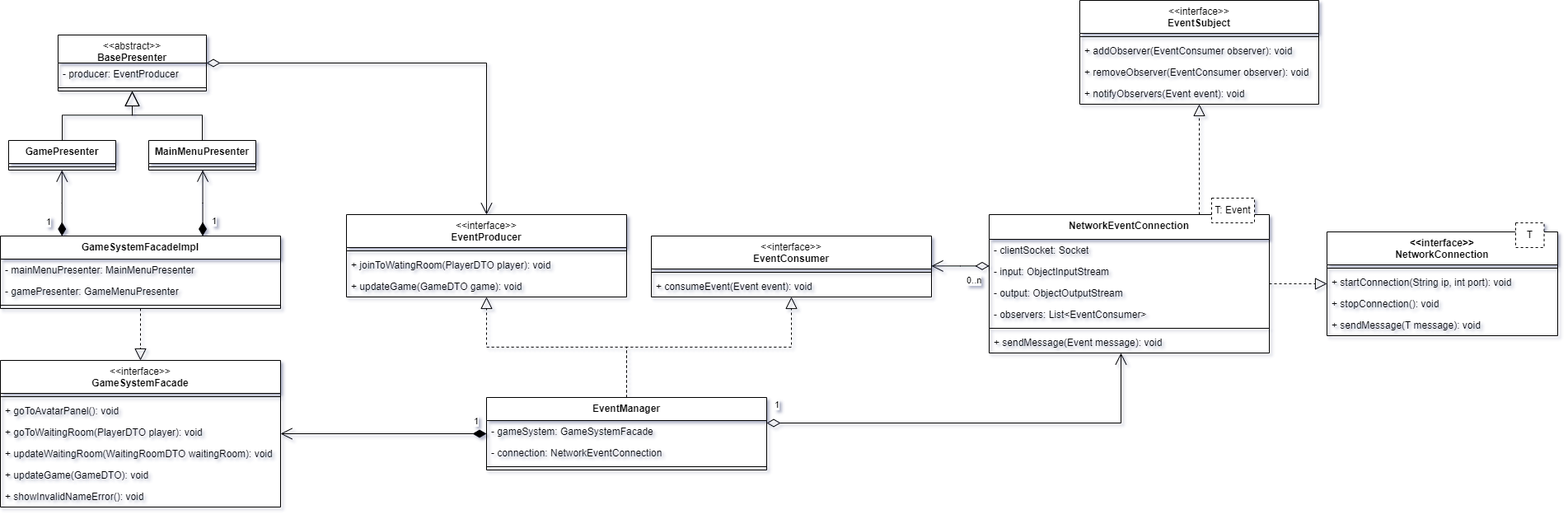
This is docs/imgs/Event_Processor.png from SilverFlin/DominosPizza, a draw.io export, as it was before one commit. Source tidied: cells renumbered, new cells last; positions are measured from the earlier drawing's top-left corner, leaving out a move shared by most shapes.
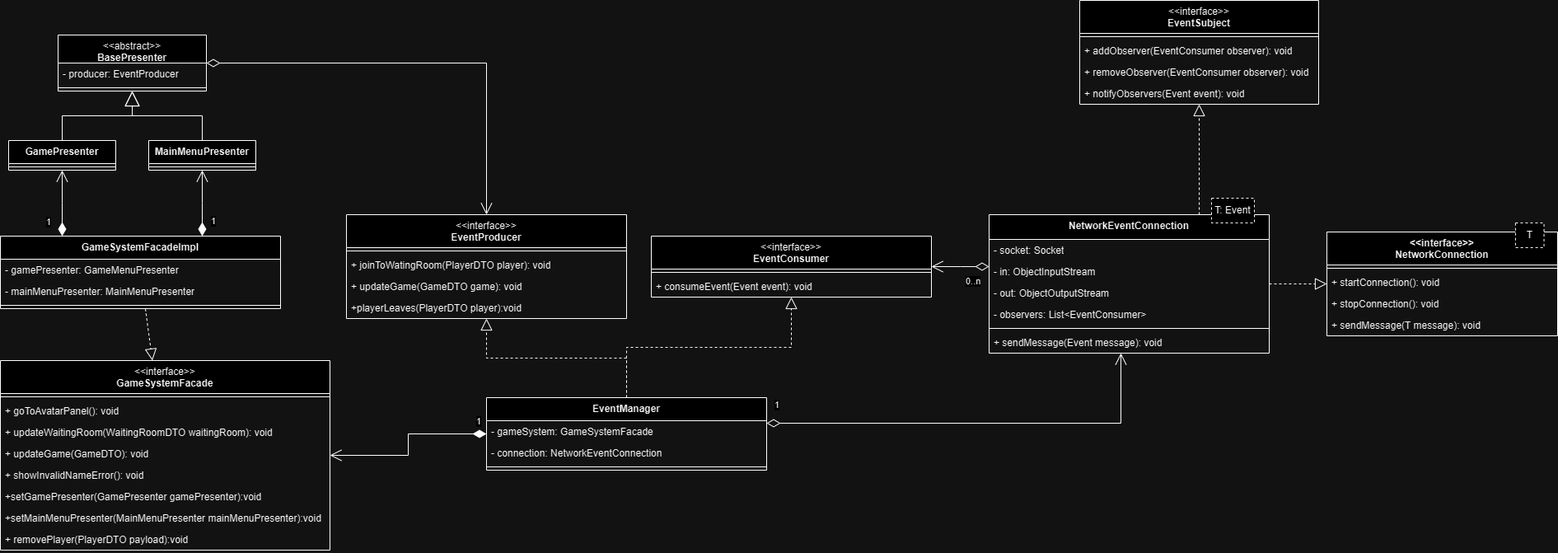
After the change.

The edit, as a diff of the source:
```diff
@@ -3,35 +3,41 @@
     <mxCell id="0" />
     <mxCell id="1" parent="0" />
     <mxCell id="2" value="&lt;span style=&quot;font-weight: normal;&quot;&gt;&amp;lt;&amp;lt;interface&amp;gt;&amp;gt;&lt;/span&gt;&lt;br&gt;GameSystemFacade" style="swimlane;fontStyle=1;align=center;verticalAlign=top;horizontal=1;startSize=40;whiteSpace=wrap;html=1;" parent="1" vertex="1">
-      <mxGeometry y="437" width="340" height="178" as="geometry" />
+      <mxGeometry y="437" width="400" height="230" as="geometry" />
     </mxCell>
     <mxCell id="3" style="line;strokeWidth=1;fillColor=none;align=left;verticalAlign=middle;spacingTop=-1;spacingLeft=3;spacingRight=3;labelPosition=right;strokeColor=inherit;" parent="2" vertex="1">
-      <mxGeometry y="40" width="340" height="8" as="geometry" />
+      <mxGeometry y="40" width="400" height="8" as="geometry" />
     </mxCell>
     <mxCell id="4" value="+ goToAvatarPanel(): void" style="text;strokeColor=none;fillColor=none;align=left;verticalAlign=top;spacingLeft=4;spacingRight=4;overflow=hidden;whiteSpace=wrap;html=1;" parent="2" vertex="1">
-      <mxGeometry y="48" width="340" height="26" as="geometry" />
+      <mxGeometry y="48" width="400" height="26" as="geometry" />
     </mxCell>
-    <mxCell id="5" value="+ goToWaitingRoom(PlayerDTO player): void" style="text;strokeColor=none;fillColor=none;align=left;verticalAlign=top;spacingLeft=4;spacingRight=4;overflow=hidden;whiteSpace=wrap;html=1;" parent="2" vertex="1">
-      <mxGeometry y="74" width="340" height="26" as="geometry" />
-    </mxCell>
     <mxCell id="6" value="+ updateWaitingRoom(WaitingRoomDTO waitingRoom): void" style="text;strokeColor=none;fillColor=none;align=left;verticalAlign=top;spacingLeft=4;spacingRight=4;overflow=hidden;whiteSpace=wrap;html=1;" parent="2" vertex="1">
-      <mxGeometry y="100" width="340" height="26" as="geometry" />
+      <mxGeometry y="74" width="400" height="26" as="geometry" />
     </mxCell>
     <mxCell id="7" value="+ updateGame(GameDTO): void" style="text;strokeColor=none;fillColor=none;align=left;verticalAlign=top;spacingLeft=4;spacingRight=4;overflow=hidden;whiteSpace=wrap;html=1;" parent="2" vertex="1">
-      <mxGeometry y="126" width="340" height="26" as="geometry" />
+      <mxGeometry y="100" width="400" height="26" as="geometry" />
     </mxCell>
     <mxCell id="8" value="+ showInvalidNameError(): void" style="text;strokeColor=none;fillColor=none;align=left;verticalAlign=top;spacingLeft=4;spacingRight=4;overflow=hidden;whiteSpace=wrap;html=1;" parent="2" vertex="1">
-      <mxGeometry y="152" width="340" height="26" as="geometry" />
+      <mxGeometry y="126" width="400" height="26" as="geometry" />
     </mxCell>
+    <mxCell id="64" value="+setGamePresenter(GamePresenter gamePresenter):void" style="text;strokeColor=none;fillColor=none;align=left;verticalAlign=top;spacingLeft=4;spacingRight=4;overflow=hidden;whiteSpace=wrap;html=1;" parent="2" vertex="1">
+      <mxGeometry y="152" width="400" height="26" as="geometry" />
+    </mxCell>
+    <mxCell id="65" value="+setMainMenuPresenter(MainMenuPresenter mainMenuPresenter):void" style="text;strokeColor=none;fillColor=none;align=left;verticalAlign=top;spacingLeft=4;spacingRight=4;overflow=hidden;whiteSpace=wrap;html=1;" parent="2" vertex="1">
+      <mxGeometry y="178" width="400" height="26" as="geometry" />
+    </mxCell>
+    <mxCell id="5" value="+ removePlayer(PlayerDTO payload):void" style="text;strokeColor=none;fillColor=none;align=left;verticalAlign=top;spacingLeft=4;spacingRight=4;overflow=hidden;whiteSpace=wrap;html=1;" parent="2" vertex="1">
+      <mxGeometry y="204" width="400" height="26" as="geometry" />
+    </mxCell>
     <mxCell id="9" value="GameSystemFacadeImpl" style="swimlane;fontStyle=1;align=center;verticalAlign=top;horizontal=1;startSize=28;whiteSpace=wrap;html=1;" parent="1" vertex="1">
       <mxGeometry y="286" width="340" height="88" as="geometry" />
     </mxCell>
+    <mxCell id="11" value="- gamePresenter: GameMenuPresenter" style="text;strokeColor=none;fillColor=none;align=left;verticalAlign=top;spacingLeft=4;spacingRight=4;overflow=hidden;whiteSpace=wrap;html=1;" parent="9" vertex="1">
+      <mxGeometry y="28" width="340" height="26" as="geometry" />
+    </mxCell>
     <mxCell id="10" value="- mainMenuPresenter: MainMenuPresenter" style="text;strokeColor=none;fillColor=none;align=left;verticalAlign=top;spacingLeft=4;spacingRight=4;overflow=hidden;whiteSpace=wrap;html=1;" parent="9" vertex="1">
-      <mxGeometry y="28" width="340" height="26" as="geometry" />
+      <mxGeometry y="54" width="340" height="26" as="geometry" />
     </mxCell>
-    <mxCell id="11" value="- gamePresenter: GameMenuPresenter" style="text;strokeColor=none;fillColor=none;align=left;verticalAlign=top;spacingLeft=4;spacingRight=4;overflow=hidden;whiteSpace=wrap;html=1;" parent="9" vertex="1">
-      <mxGeometry y="54" width="340" height="26" as="geometry" />
-    </mxCell>
     <mxCell id="12" style="line;strokeWidth=1;fillColor=none;align=left;verticalAlign=middle;spacingTop=-1;spacingLeft=3;spacingRight=3;labelPosition=right;strokeColor=inherit;" parent="9" vertex="1">
       <mxGeometry y="80" width="340" height="8" as="geometry" />
     </mxCell>
@@ -63,7 +69,7 @@
       <mxGeometry y="80" width="340" height="8" as="geometry" />
     </mxCell>
     <mxCell id="22" value="&lt;span style=&quot;font-weight: normal;&quot;&gt;&amp;lt;&amp;lt;interface&amp;gt;&amp;gt;&lt;/span&gt;&lt;br&gt;EventProducer" style="swimlane;fontStyle=1;align=center;verticalAlign=top;horizontal=1;startSize=40;whiteSpace=wrap;html=1;" parent="1" vertex="1">
-      <mxGeometry x="420" y="260" width="340" height="100" as="geometry" />
+      <mxGeometry x="420" y="260" width="340" height="126" as="geometry" />
     </mxCell>
     <mxCell id="23" style="line;strokeWidth=1;fillColor=none;align=left;verticalAlign=middle;spacingTop=-1;spacingLeft=3;spacingRight=3;labelPosition=right;strokeColor=inherit;" parent="22" vertex="1">
       <mxGeometry y="40" width="340" height="8" as="geometry" />
@@ -74,6 +80,9 @@
     <mxCell id="25" value="+ updateGame(GameDTO game): void" style="text;strokeColor=none;fillColor=none;align=left;verticalAlign=top;spacingLeft=4;spacingRight=4;overflow=hidden;whiteSpace=wrap;html=1;" parent="22" vertex="1">
       <mxGeometry y="74" width="340" height="26" as="geometry" />
     </mxCell>
+    <mxCell id="66" value="+playerLeaves(PlayerDTO player):void" style="text;strokeColor=none;fillColor=none;align=left;verticalAlign=top;spacingLeft=4;spacingRight=4;overflow=hidden;whiteSpace=wrap;html=1;" parent="22" vertex="1">
+      <mxGeometry y="100" width="340" height="26" as="geometry" />
+    </mxCell>
     <mxCell id="26" value="1" style="endArrow=open;html=1;endSize=12;startArrow=diamondThin;startSize=14;startFill=1;edgeStyle=orthogonalEdgeStyle;align=left;verticalAlign=bottom;rounded=0;" parent="1" edge="1" source="18" target="2">
       <mxGeometry x="-0.87" y="-6" relative="1" as="geometry" />
     </mxCell>
@@ -83,13 +92,13 @@
     <mxCell id="28" value="NetworkEventConnection" style="swimlane;fontStyle=1;align=center;verticalAlign=top;horizontal=1;startSize=30;whiteSpace=wrap;html=1;" parent="1" vertex="1">
       <mxGeometry x="1200" y="260" width="340" height="168" as="geometry" />
     </mxCell>
-    <mxCell id="29" value="- clientSocket: Socket" style="text;strokeColor=none;fillColor=none;align=left;verticalAlign=top;spacingLeft=4;spacingRight=4;overflow=hidden;whiteSpace=wrap;html=1;" parent="28" vertex="1">
+    <mxCell id="29" value="- socket: Socket" style="text;strokeColor=none;fillColor=none;align=left;verticalAlign=top;spacingLeft=4;spacingRight=4;overflow=hidden;whiteSpace=wrap;html=1;" parent="28" vertex="1">
       <mxGeometry y="30" width="340" height="26" as="geometry" />
     </mxCell>
-    <mxCell id="30" value="- input: ObjectInputStream" style="text;strokeColor=none;fillColor=none;align=left;verticalAlign=top;spacingLeft=4;spacingRight=4;overflow=hidden;whiteSpace=wrap;html=1;" parent="28" vertex="1">
+    <mxCell id="30" value="- in: ObjectInputStream" style="text;strokeColor=none;fillColor=none;align=left;verticalAlign=top;spacingLeft=4;spacingRight=4;overflow=hidden;whiteSpace=wrap;html=1;" parent="28" vertex="1">
       <mxGeometry y="56" width="340" height="26" as="geometry" />
     </mxCell>
-    <mxCell id="31" value="- output: ObjectOutputStream" style="text;strokeColor=none;fillColor=none;align=left;verticalAlign=top;spacingLeft=4;spacingRight=4;overflow=hidden;whiteSpace=wrap;html=1;" parent="28" vertex="1">
+    <mxCell id="31" value="- out: ObjectOutputStream" style="text;strokeColor=none;fillColor=none;align=left;verticalAlign=top;spacingLeft=4;spacingRight=4;overflow=hidden;whiteSpace=wrap;html=1;" parent="28" vertex="1">
       <mxGeometry y="82" width="340" height="26" as="geometry" />
     </mxCell>
     <mxCell id="32" value="- observers: List&amp;lt;EventConsumer&amp;gt;" style="text;strokeColor=none;fillColor=none;align=left;verticalAlign=top;spacingLeft=4;spacingRight=4;overflow=hidden;whiteSpace=wrap;html=1;" parent="28" vertex="1">
@@ -110,7 +119,7 @@
     <mxCell id="37" style="line;strokeWidth=1;fillColor=none;align=left;verticalAlign=middle;spacingTop=-1;spacingLeft=3;spacingRight=3;labelPosition=right;strokeColor=inherit;" parent="36" vertex="1">
       <mxGeometry y="40" width="280" height="8" as="geometry" />
     </mxCell>
-    <mxCell id="38" value="+ startConnection(String ip, int port): void" style="text;strokeColor=none;fillColor=none;align=left;verticalAlign=top;spacingLeft=4;spacingRight=4;overflow=hidden;whiteSpace=wrap;html=1;" parent="36" vertex="1">
+    <mxCell id="38" value="+ startConnection(): void" style="text;strokeColor=none;fillColor=none;align=left;verticalAlign=top;spacingLeft=4;spacingRight=4;overflow=hidden;whiteSpace=wrap;html=1;" parent="36" vertex="1">
       <mxGeometry y="48" width="280" height="26" as="geometry" />
     </mxCell>
     <mxCell id="39" value="+ stopConnection(): void" style="text;strokeColor=none;fillColor=none;align=left;verticalAlign=top;spacingLeft=4;spacingRight=4;overflow=hidden;whiteSpace=wrap;html=1;" parent="36" vertex="1">
```
